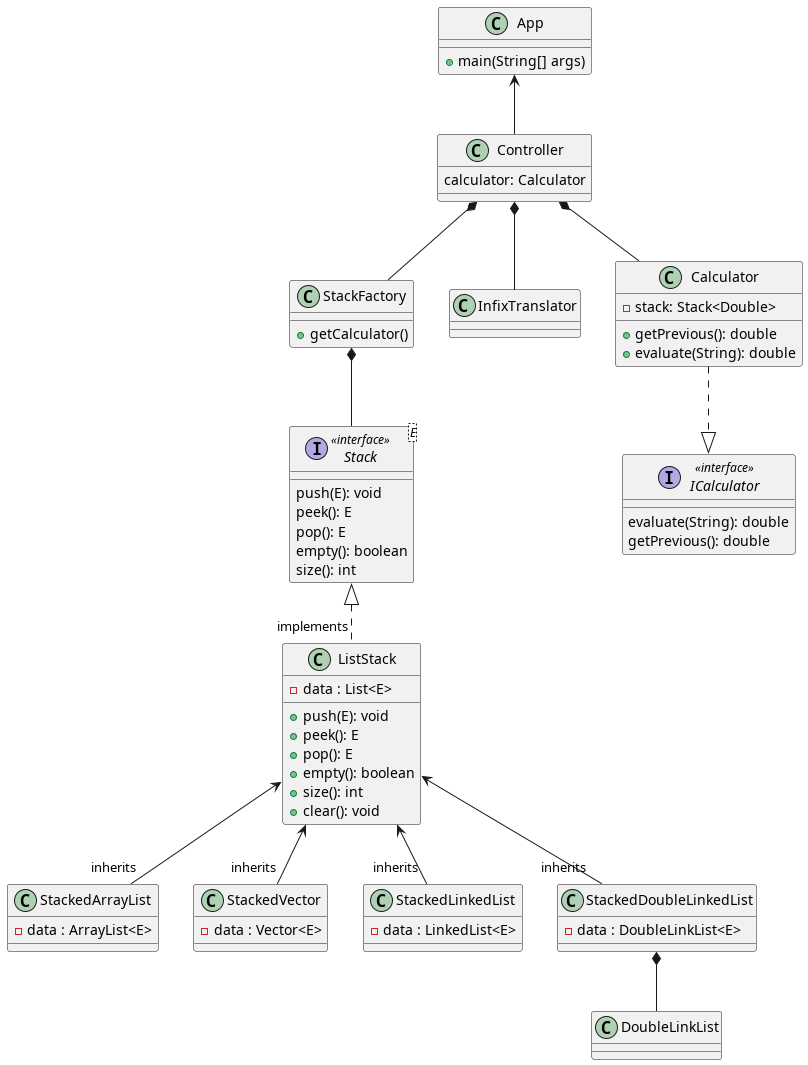
Above: classesUML.png in DanielRasho/HT4-InfixCalculator (PlantUML), before the change. The source it was exported from:
```plantuml
@startuml

class App
class Controller
class StackFactory
class InfixTranslator

class Calculator
interface ICalculator


class StackedArrayList
class StackedVector
class StackedLinkedList
class StackedDoubleLinkedList
class StackedVector
interface Stack<E> <<interface>>
abstract class ListStack

class DoubleLinkList


App <-- Controller
Controller *-- StackFactory
Controller *-- Calculator
Controller *-- InfixTranslator

Calculator ..|> ICalculator

Stack <|.. "implements" ListStack
StackFactory *-- Stack
ListStack <-- "inherits" StackedArrayList
ListStack <-- "inherits" StackedVector
ListStack <-- "inherits" StackedLinkedList
ListStack <-- "inherits" StackedDoubleLinkedList

StackedDoubleLinkedList *-- DoubleLinkList

class App {
    + main(String[] args)
}

class StackFactory {
    + getCalculator()
}

class Controller {
    calculator: Calculator
}

class Calculator{
    - stack: Stack<Double>
    + getPrevious(): double
    + evaluate(String): double
}

interface ICalculator <<interface>>{
    evaluate(String): double
    getPrevious(): double
}

interface Stack {
    push(E): void
    peek(): E
    pop(): E
    empty(): boolean
    size(): int
}

class ListStack{
    - data : List<E>
    + push(E): void
    + peek(): E
    + pop(): E
    + empty(): boolean
    + size(): int
    + clear(): void
}

class StackedArrayList{
    - data : ArrayList<E>
}
class StackedVector{
    - data : Vector<E>
}
class StackedLinkedList{
    - data : LinkedList<E>
}
class StackedDoubleLinkedList{
    - data : DoubleLinkList<E>
}

@enduml
```
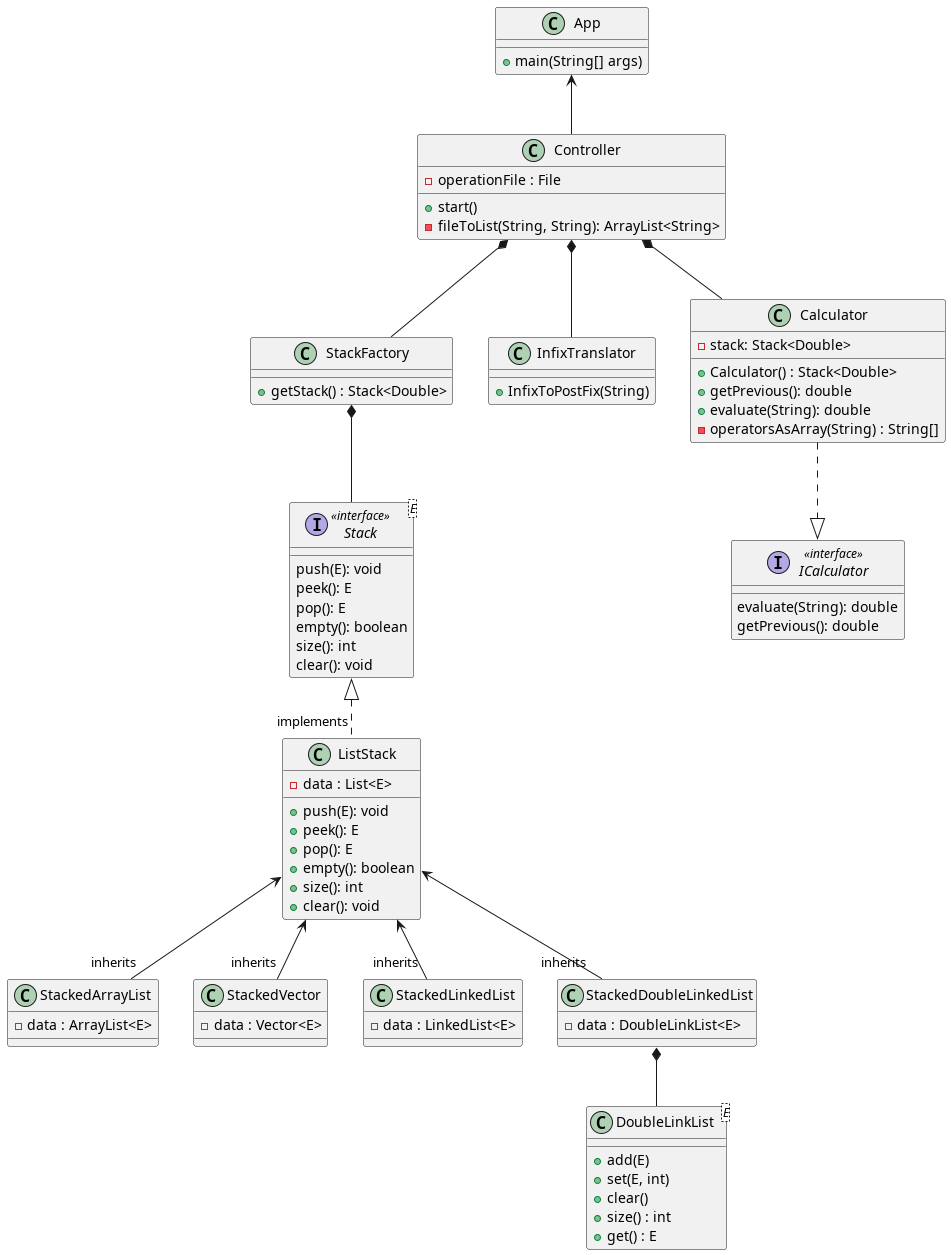
The same file after the commit.

Commit message:
Fix: Modifying README and UML

Diff of the diagram source:
```diff
@@ -41,17 +41,25 @@
 }
 
 class StackFactory {
-    + getCalculator()
+    + getStack() : Stack<Double>
+}
+
+class InfixTranslator{
+    + InfixToPostFix(String)
 }
 
 class Controller {
-    calculator: Calculator
+    - operationFile : File
+    + start()
+    - fileToList(String, String): ArrayList<String>
 }
 
 class Calculator{
     - stack: Stack<Double>
+    + Calculator() : Stack<Double>
     + getPrevious(): double
     + evaluate(String): double
+    - operatorsAsArray(String) : String[]
 }
 
 interface ICalculator <<interface>>{
@@ -65,6 +73,7 @@
     pop(): E
     empty(): boolean
     size(): int
+    clear(): void
 }
 
 class ListStack{
@@ -89,5 +98,12 @@
 class StackedDoubleLinkedList{
     - data : DoubleLinkList<E>
 }
+class DoubleLinkList <E>{
+    + add(E)
+    + set(E, int)
+    + clear()
+    + size() : int
+    + get() : E
+}
 
 @enduml
```
